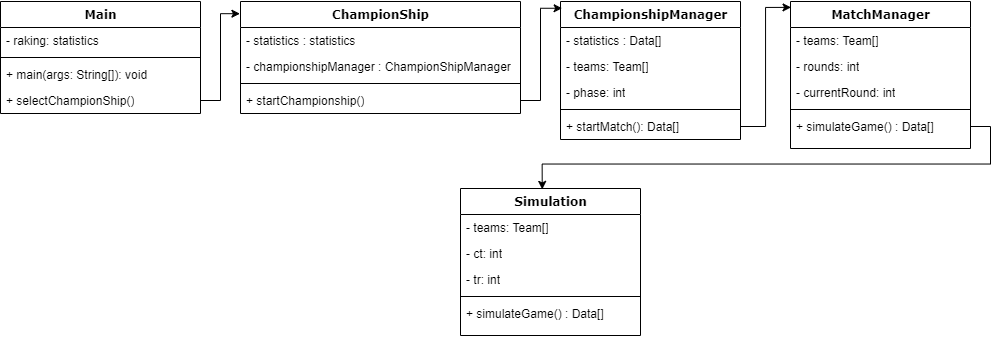
Above: csFANTASY.drawio.png in allsides2/Java-Study-Projects (draw.io), before the change. Source tidied: cells renumbered, new cells last; positions are measured from the earlier drawing's top-left corner, leaving out a move shared by most shapes.
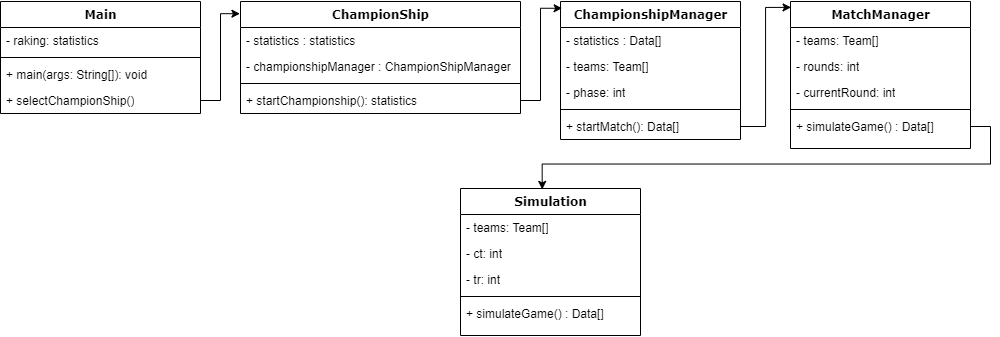
Later version of the same file.

What changed in the source:
```diff
@@ -29,7 +29,7 @@
     <mxCell id="10" style="line;html=1;strokeWidth=1;fillColor=none;align=left;verticalAlign=middle;spacingTop=-1;spacingLeft=3;spacingRight=3;labelPosition=right;" parent="7" vertex="1">
       <mxGeometry y="78" width="280" height="8" as="geometry" />
     </mxCell>
-    <mxCell id="11" value="+ startChampionship()" style="text;html=1;strokeColor=none;fillColor=none;align=left;verticalAlign=top;spacingLeft=4;spacingRight=4;whiteSpace=wrap;overflow=hidden;points=[[0,0.5],[1,0.5]];portConstraint=eastwest;" parent="7" vertex="1">
+    <mxCell id="11" value="+ startChampionship(): statistics&amp;nbsp;&lt;div&gt;&lt;br&gt;&lt;/div&gt;" style="text;html=1;strokeColor=none;fillColor=none;align=left;verticalAlign=top;spacingLeft=4;spacingRight=4;whiteSpace=wrap;overflow=hidden;points=[[0,0.5],[1,0.5]];portConstraint=eastwest;" parent="7" vertex="1">
       <mxGeometry y="86" width="280" height="26" as="geometry" />
     </mxCell>
     <mxCell id="12" value="ChampionshipManager" style="swimlane;html=1;fontStyle=1;align=center;verticalAlign=top;horizontal=1;startSize=26;swimlaneFillColor=#ffffff;rounded=0;shadow=0;comic=0;labelBackgroundColor=none;strokeWidth=1;fillColor=none;fontFamily=Verdana;fontSize=12;" parent="1" vertex="1">
```
